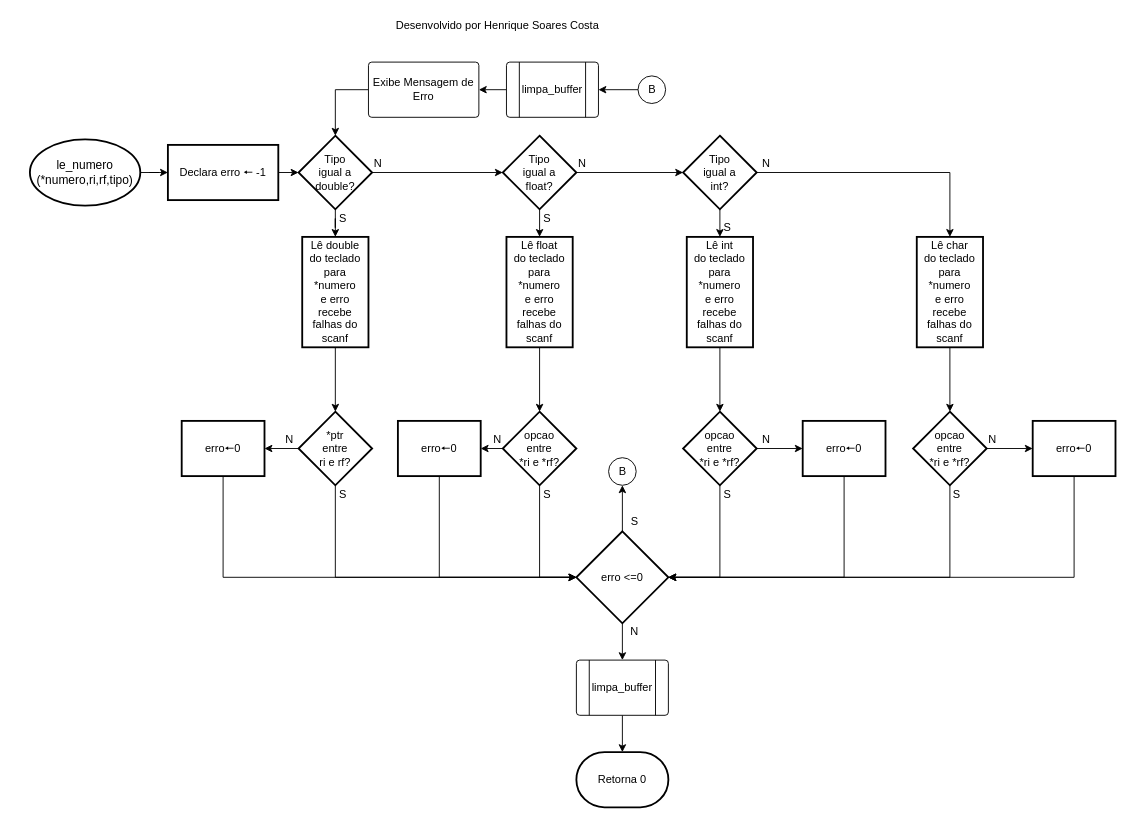
Above: Fluxograma/Le numero.drawio in riquetret/Mania-Filmes (draw.io), before the change. Source tidied: cells renumbered, new cells numbered last; positions are measured from the earlier drawing's top-left corner, leaving out a move shared by most shapes. Both pictures are drawn from the tidied source at 92%, with x=0, y=0 at pixel (29, 16).
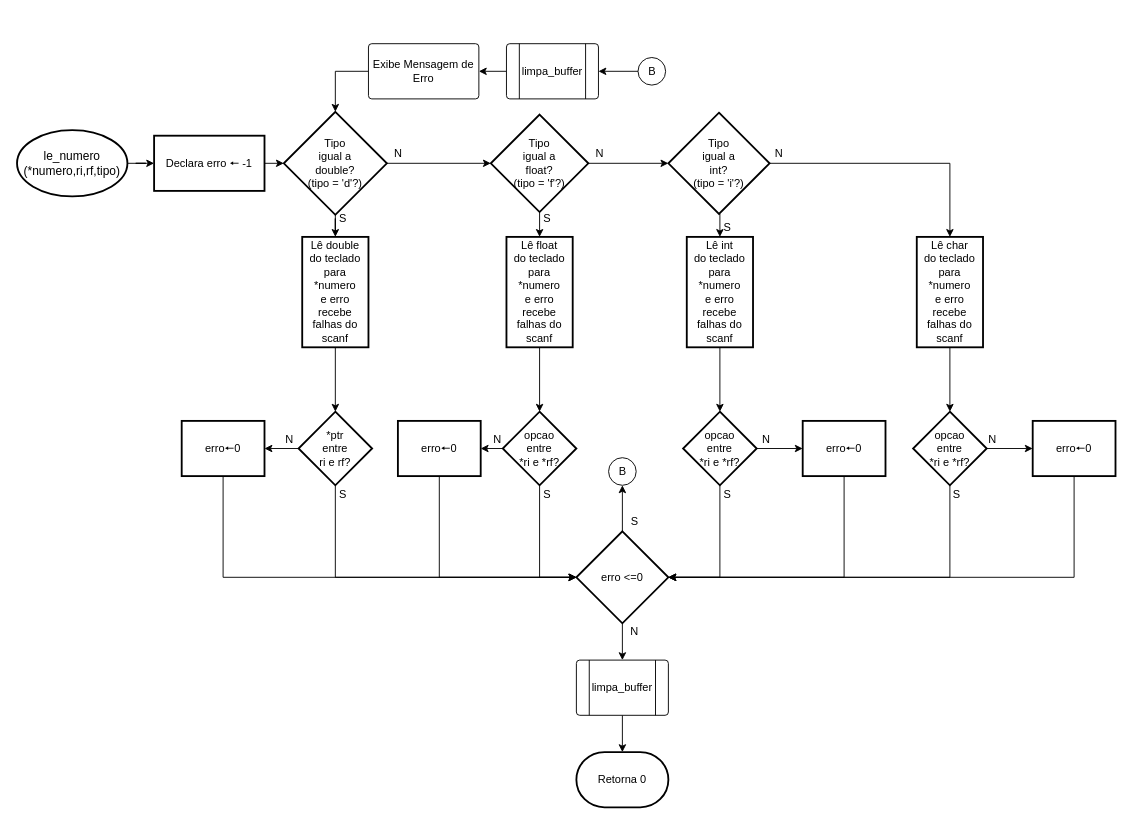
After the change.

The edit, as a diff of the source:
```diff
@@
     <mxCell id="3" value="le_numero&lt;br style=&quot;font-size: 13px;&quot;&gt;(*numero,ri,rf,tipo)" style="strokeWidth=2;html=1;shape=mxgraph.flowchart.start_1;whiteSpace=wrap;fontSize=13;" parent="1" vertex="1">
-      <mxGeometry y="134" width="120" height="72" as="geometry" />
+      <mxGeometry x="-14" y="124" width="120" height="72" as="geometry" />
     </mxCell>
@@
-    <mxCell id="6" value="Tipo&lt;br&gt;igual a&lt;br&gt;float?" style="rhombus;whiteSpace=wrap;html=1;strokeWidth=2;" parent="1" vertex="1">
-      <mxGeometry x="514" y="130" width="80" height="80" as="geometry" />
+    <mxCell id="6" value="Tipo&lt;br&gt;igual a&lt;br&gt;float?&lt;br&gt;(&lt;span&gt;tipo = 'f'?&lt;/span&gt;)" style="rhombus;whiteSpace=wrap;html=1;strokeWidth=2;" parent="1" vertex="1">
+      <mxGeometry x="501" y="107" width="106" height="106" as="geometry" />
     </mxCell>
@@
     <mxCell id="8" value="Declara erro 🠔&amp;nbsp;-1" style="whiteSpace=wrap;html=1;strokeWidth=2;" parent="1" vertex="1">
-      <mxGeometry x="150" y="140" width="120" height="60" as="geometry" />
+      <mxGeometry x="135" y="130" width="120" height="60" as="geometry" />
     </mxCell>
@@
-    <mxCell id="11" value="Tipo&lt;br&gt;igual a&lt;br&gt;int?" style="rhombus;whiteSpace=wrap;html=1;strokeWidth=2;" parent="1" vertex="1">
-      <mxGeometry x="710" y="130" width="80" height="80" as="geometry" />
+    <mxCell id="11" value="Tipo&lt;br&gt;igual a&lt;br&gt;int?&lt;br&gt;(&lt;span&gt;tipo = 'i'?&lt;/span&gt;)" style="rhombus;whiteSpace=wrap;html=1;strokeWidth=2;" parent="1" vertex="1">
+      <mxGeometry x="694" y="105" width="110" height="110" as="geometry" />
     </mxCell>
@@
-    <mxCell id="14" value="Tipo&lt;br&gt;igual a&lt;br&gt;double?" style="rhombus;whiteSpace=wrap;html=1;strokeWidth=2;" parent="1" vertex="1">
-      <mxGeometry x="292" y="130" width="80" height="80" as="geometry" />
+    <mxCell id="14" value="Tipo&lt;br&gt;igual a&lt;br&gt;double?&lt;br&gt;(tipo = 'd'?)" style="rhombus;whiteSpace=wrap;html=1;strokeWidth=2;" parent="1" vertex="1">
+      <mxGeometry x="276" y="104" width="112" height="112" as="geometry" />
     </mxCell>
@@
     <mxCell id="23" value="N" style="text;html=1;align=center;verticalAlign=middle;strokeColor=none;fillColor=none;" parent="1" vertex="1">
-      <mxGeometry x="368" y="150" width="20" height="20" as="geometry" />
+      <mxGeometry x="390" y="140" width="20" height="20" as="geometry" />
     </mxCell>
     <mxCell id="24" value="N" style="text;html=1;align=center;verticalAlign=middle;strokeColor=none;fillColor=none;" parent="1" vertex="1">
-      <mxGeometry x="590" y="150" width="20" height="20" as="geometry" />
+      <mxGeometry x="609" y="140" width="20" height="20" as="geometry" />
     </mxCell>
@@
     <mxCell id="48" value="N" style="text;html=1;align=center;verticalAlign=middle;strokeColor=none;fillColor=none;" parent="1" vertex="1">
-      <mxGeometry x="790" y="150" width="20" height="20" as="geometry" />
+      <mxGeometry x="804" y="140" width="20" height="20" as="geometry" />
     </mxCell>
@@
     <mxCell id="67" value="B" style="verticalLabelPosition=middle;verticalAlign=middle;html=1;shape=mxgraph.flowchart.on-page_reference;labelPosition=center;align=center;" parent="1" vertex="1">
-      <mxGeometry x="661" y="65" width="30" height="30" as="geometry" />
+      <mxGeometry x="661" y="45" width="30" height="30" as="geometry" />
     </mxCell>
@@
     <mxCell id="69" value="limpa_buffer" style="verticalLabelPosition=middle;verticalAlign=middle;html=1;shape=process;whiteSpace=wrap;rounded=1;size=0.14;arcSize=6;labelPosition=center;align=center;" parent="1" vertex="1">
-      <mxGeometry x="518" y="50" width="100" height="60" as="geometry" />
+      <mxGeometry x="518" y="30" width="100" height="60" as="geometry" />
     </mxCell>
@@
     <mxCell id="71" value="Exibe Mensagem de Erro" style="whiteSpace=wrap;html=1;rounded=1;arcSize=6;" parent="1" vertex="1">
-      <mxGeometry x="368" y="50" width="120" height="60" as="geometry" />
+      <mxGeometry x="368" y="30" width="120" height="60" as="geometry" />
     </mxCell>
-    <mxCell id="72" value="Desenvolvido por Henrique Soares Costa" style="text;html=1;align=center;verticalAlign=middle;strokeColor=none;fillColor=none;" parent="1" vertex="1">
-      <mxGeometry x="388" width="240" height="20" as="geometry" />
-    </mxCell>
```
